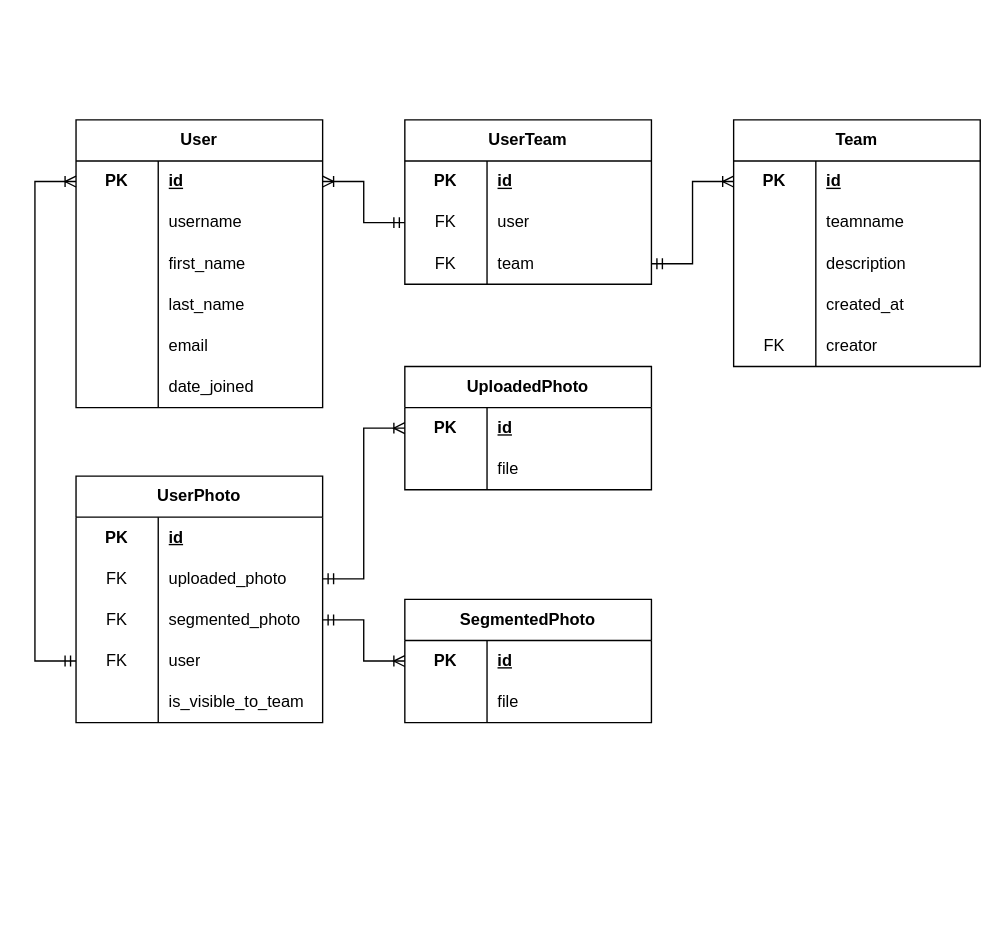
Before: ER-диаграмма.drawio in polina-shimolina/graduate-work, a draw.io diagram. Source tidied: cells renumbered, new cells numbered last; positions are measured from the earlier drawing's top-left corner, leaving out a move shared by most shapes. Both pictures are drawn from the tidied source at 137%, with x=0, y=0 at pixel (34, 119).
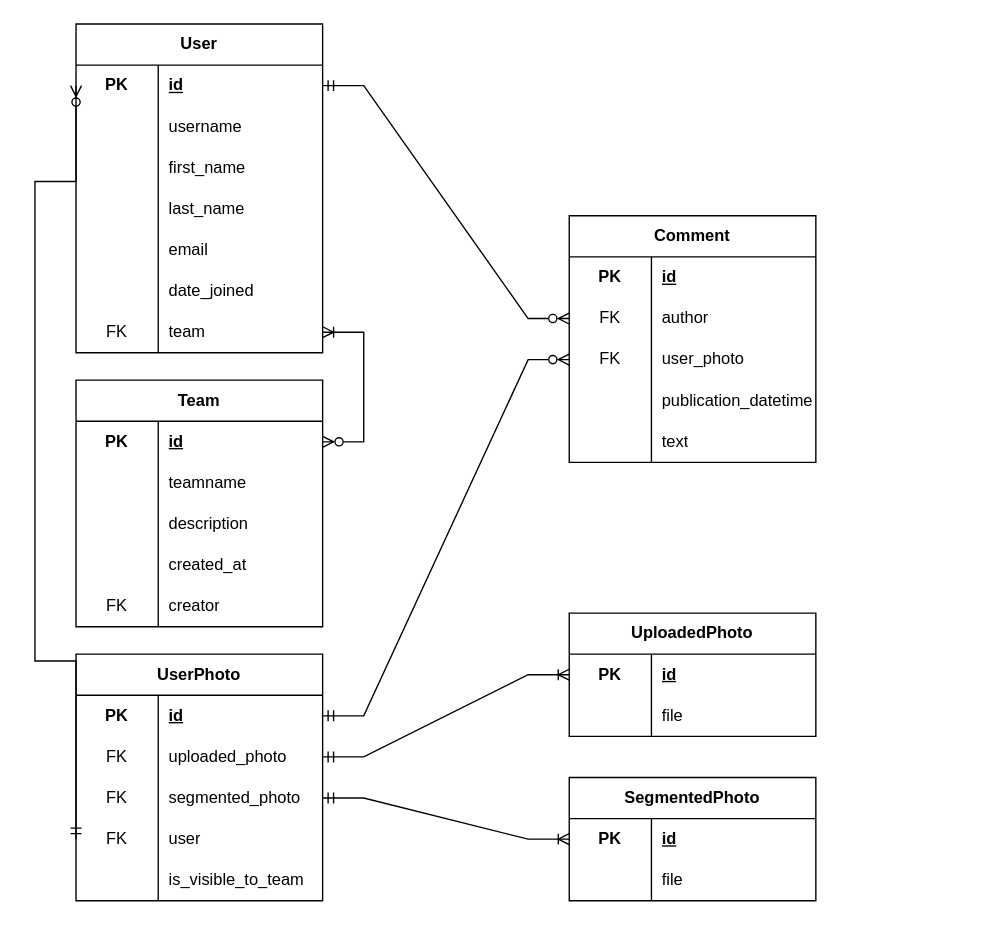
Above is the later version.

Commit message (it also covers changes not shown here):
Актуализирована ER-диаграмма

Unchanged cells that the change refers to:
```xml
<mxCell id="3" style="shape=tableRow;horizontal=0;startSize=0;swimlaneHead=0;swimlaneBody=0;fillColor=none;points=[[0,0.5],[1,0.5]];portConstraint=eastwest;top=0;left=0;right=0;bottom=0;html=1;" parent="2" vertex="1">
  <mxGeometry y="30" width="180" height="30" as="geometry" />
</mxCell>
<mxCell id="22" style="shape=tableRow;horizontal=0;startSize=0;swimlaneHead=0;swimlaneBody=0;fillColor=none;points=[[0,0.5],[1,0.5]];portConstraint=eastwest;top=0;left=0;right=0;bottom=0;html=1;" parent="21" vertex="1">
  <mxGeometry y="30" width="180" height="30" as="geometry" />
</mxCell>
<mxCell id="62" style="shape=tableRow;horizontal=0;startSize=0;swimlaneHead=0;swimlaneBody=0;fillColor=none;points=[[0,0.5],[1,0.5]];portConstraint=eastwest;top=0;left=0;right=0;bottom=0;html=1;" parent="61" vertex="1">
  <mxGeometry y="30" width="180" height="30" as="geometry" />
</mxCell>
<mxCell id="71" style="shape=tableRow;horizontal=0;startSize=0;swimlaneHead=0;swimlaneBody=0;fillColor=none;points=[[0,0.5],[1,0.5]];portConstraint=eastwest;top=0;left=0;right=0;bottom=0;html=1;" parent="61" vertex="1">
  <mxGeometry y="120" width="180" height="30" as="geometry" />
</mxCell>
```

Change to the diagram source:
```diff
@@
     <mxCell id="2" value="User" style="shape=table;startSize=30;childLayout=tableLayout;rowLines=0;fontStyle=1;align=center;html=1;whiteSpace=wrap;" parent="1" vertex="1">
-      <mxGeometry x="30" width="180" height="210" as="geometry" />
+      <mxGeometry x="30" y="-70" width="180" height="240" as="geometry" />
     </mxCell>
@@
+    <mxCell id="82" style="shape=tableRow;horizontal=0;startSize=0;swimlaneHead=0;swimlaneBody=0;fillColor=none;points=[[0,0.5],[1,0.5]];portConstraint=eastwest;top=0;left=0;right=0;bottom=0;html=1;" parent="2" vertex="1">
+      <mxGeometry y="210" width="180" height="30" as="geometry" />
+    </mxCell>
+    <mxCell id="83" value="FK" style="shape=partialRectangle;fillColor=none;top=0;left=0;bottom=0;right=0;overflow=hidden;html=1;whiteSpace=wrap;" parent="82" vertex="1">
+      <mxGeometry width="60" height="30" as="geometry" />
+    </mxCell>
+    <mxCell id="46" value="team" style="shape=partialRectangle;fillColor=none;top=0;left=0;bottom=0;right=0;align=left;spacingLeft=6;overflow=hidden;html=1;whiteSpace=wrap;" parent="82" vertex="1">
+      <mxGeometry x="60" width="120" height="30" as="geometry" />
+    </mxCell>
     <mxCell id="21" value="Team" style="shape=table;startSize=30;childLayout=tableLayout;rowLines=0;fontStyle=1;align=center;html=1;whiteSpace=wrap;" parent="1" vertex="1">
-      <mxGeometry x="510" width="180" height="180" as="geometry" />
+      <mxGeometry x="30" y="190" width="180" height="180" as="geometry" />
     </mxCell>
@@
-    <mxCell id="37" value="UserTeam" style="shape=table;startSize=30;childLayout=tableLayout;rowLines=0;fontStyle=1;align=center;html=1;whiteSpace=wrap;" parent="1" vertex="1">
-      <mxGeometry x="270" width="180" height="120" as="geometry" />
-    </mxCell>
-    <mxCell id="38" style="shape=tableRow;horizontal=0;startSize=0;swimlaneHead=0;swimlaneBody=0;fillColor=none;top=0;left=0;right=0;bottom=0;html=1;" parent="37" vertex="1">
-      <mxGeometry y="30" width="180" height="30" as="geometry" />
-    </mxCell>
-    <mxCell id="39" value="PK" style="shape=partialRectangle;fillColor=none;top=0;left=0;bottom=0;right=0;fontStyle=1;overflow=hidden;html=1;whiteSpace=wrap;" parent="38" vertex="1">
-      <mxGeometry width="60" height="30" as="geometry" />
-    </mxCell>
-    <mxCell id="40" value="id" style="shape=partialRectangle;fillColor=none;top=0;left=0;bottom=0;right=0;align=left;spacingLeft=6;fontStyle=5;overflow=hidden;html=1;whiteSpace=wrap;" parent="38" vertex="1">
-      <mxGeometry x="60" width="120" height="30" as="geometry" />
-    </mxCell>
-    <mxCell id="41" style="shape=tableRow;horizontal=0;startSize=0;swimlaneHead=0;swimlaneBody=0;fillColor=none;points=[[0,0.5],[1,0.5]];portConstraint=eastwest;top=0;left=0;right=0;bottom=0;html=1;" parent="37" vertex="1">
-      <mxGeometry y="60" width="180" height="30" as="geometry" />
-    </mxCell>
-    <mxCell id="42" value="FK" style="shape=partialRectangle;fillColor=none;top=0;left=0;bottom=0;right=0;overflow=hidden;html=1;whiteSpace=wrap;" parent="41" vertex="1">
-      <mxGeometry width="60" height="30" as="geometry" />
-    </mxCell>
-    <mxCell id="43" value="user" style="shape=partialRectangle;fillColor=none;top=0;left=0;bottom=0;right=0;align=left;spacingLeft=6;overflow=hidden;html=1;whiteSpace=wrap;" parent="41" vertex="1">
-      <mxGeometry x="60" width="120" height="30" as="geometry" />
-    </mxCell>
-    <mxCell id="44" style="shape=tableRow;horizontal=0;startSize=0;swimlaneHead=0;swimlaneBody=0;fillColor=none;points=[[0,0.5],[1,0.5]];portConstraint=eastwest;top=0;left=0;right=0;bottom=0;html=1;" parent="37" vertex="1">
-      <mxGeometry y="90" width="180" height="30" as="geometry" />
-    </mxCell>
-    <mxCell id="45" value="FK" style="shape=partialRectangle;fillColor=none;top=0;left=0;bottom=0;right=0;overflow=hidden;html=1;whiteSpace=wrap;" parent="44" vertex="1">
-      <mxGeometry width="60" height="30" as="geometry" />
-    </mxCell>
-    <mxCell id="46" value="team" style="shape=partialRectangle;fillColor=none;top=0;left=0;bottom=0;right=0;align=left;spacingLeft=6;overflow=hidden;html=1;whiteSpace=wrap;" parent="44" vertex="1">
-      <mxGeometry x="60" width="120" height="30" as="geometry" />
-    </mxCell>
     <mxCell id="47" value="UploadedPhoto" style="shape=table;startSize=30;childLayout=tableLayout;rowLines=0;fontStyle=1;align=center;html=1;whiteSpace=wrap;" parent="1" vertex="1">
-      <mxGeometry x="270" y="180" width="180" height="90" as="geometry" />
+      <mxGeometry x="390" y="360" width="180" height="90" as="geometry" />
     </mxCell>
@@
     <mxCell id="54" value="SegmentedPhoto" style="shape=table;startSize=30;childLayout=tableLayout;rowLines=0;fontStyle=1;align=center;html=1;whiteSpace=wrap;" parent="1" vertex="1">
-      <mxGeometry x="270" y="350" width="180" height="90" as="geometry" />
+      <mxGeometry x="390" y="480" width="180" height="90" as="geometry" />
     </mxCell>
@@
     <mxCell id="61" value="UserPhoto" style="shape=table;startSize=30;childLayout=tableLayout;rowLines=0;fontStyle=1;align=center;html=1;whiteSpace=wrap;" parent="1" vertex="1">
-      <mxGeometry x="30" y="260" width="180" height="180" as="geometry" />
+      <mxGeometry x="30" y="390" width="180" height="180" as="geometry" />
     </mxCell>
@@
-    <mxCell id="77" style="edgeStyle=entityRelationEdgeStyle;fontSize=12;html=1;endArrow=ERoneToMany;startArrow=ERmandOne;rounded=0;exitX=0;exitY=0.5;exitDx=0;exitDy=0;entryX=1;entryY=0.5;entryDx=0;entryDy=0;endFill=0;" parent="1" edge="1" source="41" target="3">
-      <mxGeometry relative="1" as="geometry" />
-    </mxCell>
-    <mxCell id="78" style="edgeStyle=entityRelationEdgeStyle;fontSize=12;html=1;endArrow=ERoneToMany;startArrow=ERmandOne;rounded=0;exitX=1;exitY=0.5;exitDx=0;exitDy=0;entryX=0;entryY=0.5;entryDx=0;entryDy=0;endFill=0;" parent="1" edge="1" source="44" target="22">
-      <mxGeometry relative="1" as="geometry" />
-    </mxCell>
@@
-    <mxCell id="81" style="edgeStyle=orthogonalEdgeStyle;rounded=0;jettySize=auto;html=1;exitX=0;exitY=0.5;exitDx=0;exitDy=0;entryX=0;entryY=0.5;entryDx=0;entryDy=0;endArrow=ERoneToMany;endFill=0;startArrow=ERmandOne;startFill=0;" parent="1" edge="1" source="71" target="3">
+    <mxCell id="81" style="edgeStyle=orthogonalEdgeStyle;rounded=0;jettySize=auto;html=1;exitX=0;exitY=0.5;exitDx=0;exitDy=0;entryX=0;entryY=0.5;entryDx=0;entryDy=0;endArrow=ERzeroToMany;endFill=0;startArrow=ERmandOne;startFill=0;" parent="1" edge="1" source="71" target="3">
       <mxGeometry relative="1" as="geometry">
         <Array as="points">
           <mxPoint y="395" />
           <mxPoint y="45" />
         </Array>
       </mxGeometry>
     </mxCell>
+    <mxCell id="84" style="edgeStyle=entityRelationEdgeStyle;rounded=0;jettySize=auto;html=1;exitX=1;exitY=0.5;exitDx=0;exitDy=0;entryX=1;entryY=0.5;entryDx=0;entryDy=0;endArrow=ERzeroToMany;endFill=0;startArrow=ERoneToMany;startFill=0;" parent="1" edge="1" source="82" target="22">
+      <mxGeometry relative="1" as="geometry" />
+    </mxCell>
+    <mxCell id="85" value="Comment" style="shape=table;startSize=30;childLayout=tableLayout;rowLines=0;fontStyle=1;align=center;html=1;whiteSpace=wrap;" parent="1" vertex="1">
+      <mxGeometry x="390" y="70" width="180" height="180" as="geometry" />
+    </mxCell>
+    <mxCell id="38" style="shape=tableRow;horizontal=0;startSize=0;swimlaneHead=0;swimlaneBody=0;fillColor=none;top=0;left=0;right=0;bottom=0;html=1;" parent="85" vertex="1">
+      <mxGeometry y="30" width="180" height="30" as="geometry" />
+    </mxCell>
+    <mxCell id="39" value="PK" style="shape=partialRectangle;fillColor=none;top=0;left=0;bottom=0;right=0;fontStyle=1;overflow=hidden;html=1;whiteSpace=wrap;" parent="38" vertex="1">
+      <mxGeometry width="60" height="30" as="geometry" />
+    </mxCell>
+    <mxCell id="40" value="id" style="shape=partialRectangle;fillColor=none;top=0;left=0;bottom=0;right=0;align=left;spacingLeft=6;fontStyle=5;overflow=hidden;html=1;whiteSpace=wrap;" parent="38" vertex="1">
+      <mxGeometry x="60" width="120" height="30" as="geometry" />
+    </mxCell>
+    <mxCell id="41" style="shape=tableRow;horizontal=0;startSize=0;swimlaneHead=0;swimlaneBody=0;fillColor=none;points=[[0,0.5],[1,0.5]];portConstraint=eastwest;top=0;left=0;right=0;bottom=0;html=1;" parent="85" vertex="1">
+      <mxGeometry y="60" width="180" height="30" as="geometry" />
+    </mxCell>
+    <mxCell id="86" value="FK" style="shape=partialRectangle;fillColor=none;top=0;left=0;bottom=0;right=0;overflow=hidden;html=1;whiteSpace=wrap;" parent="41" vertex="1">
+      <mxGeometry width="60" height="30" as="geometry" />
+    </mxCell>
+    <mxCell id="87" value="author" style="shape=partialRectangle;fillColor=none;top=0;left=0;bottom=0;right=0;align=left;spacingLeft=6;overflow=hidden;html=1;whiteSpace=wrap;" parent="41" vertex="1">
+      <mxGeometry x="60" width="120" height="30" as="geometry" />
+    </mxCell>
+    <mxCell id="44" style="shape=tableRow;horizontal=0;startSize=0;swimlaneHead=0;swimlaneBody=0;fillColor=none;points=[[0,0.5],[1,0.5]];portConstraint=eastwest;top=0;left=0;right=0;bottom=0;html=1;" parent="85" vertex="1">
+      <mxGeometry y="90" width="180" height="30" as="geometry" />
+    </mxCell>
+    <mxCell id="88" value="FK" style="shape=partialRectangle;fillColor=none;top=0;left=0;bottom=0;right=0;overflow=hidden;html=1;whiteSpace=wrap;" parent="44" vertex="1">
+      <mxGeometry width="60" height="30" as="geometry" />
+    </mxCell>
+    <mxCell id="89" value="user_photo" style="shape=partialRectangle;fillColor=none;top=0;left=0;bottom=0;right=0;align=left;spacingLeft=6;overflow=hidden;html=1;whiteSpace=wrap;" parent="44" vertex="1">
+      <mxGeometry x="60" width="120" height="30" as="geometry" />
+    </mxCell>
+    <mxCell id="90" style="shape=tableRow;horizontal=0;startSize=0;swimlaneHead=0;swimlaneBody=0;fillColor=none;top=0;left=0;right=0;bottom=0;html=1;" parent="85" vertex="1">
+      <mxGeometry y="120" width="180" height="30" as="geometry" />
+    </mxCell>
+    <mxCell id="91" style="shape=partialRectangle;fillColor=none;top=0;left=0;bottom=0;right=0;overflow=hidden;html=1;whiteSpace=wrap;" parent="90" vertex="1">
+      <mxGeometry width="60" height="30" as="geometry" />
+    </mxCell>
+    <mxCell id="92" value="publication_datetime" style="shape=partialRectangle;fillColor=none;top=0;left=0;bottom=0;right=0;align=left;spacingLeft=6;overflow=hidden;html=1;whiteSpace=wrap;" parent="90" vertex="1">
+      <mxGeometry x="60" width="120" height="30" as="geometry" />
+    </mxCell>
+    <mxCell id="93" style="shape=tableRow;horizontal=0;startSize=0;swimlaneHead=0;swimlaneBody=0;fillColor=none;top=0;left=0;right=0;bottom=0;html=1;" parent="85" vertex="1">
+      <mxGeometry y="150" width="180" height="30" as="geometry" />
+    </mxCell>
+    <mxCell id="94" style="shape=partialRectangle;fillColor=none;top=0;left=0;bottom=0;right=0;overflow=hidden;html=1;whiteSpace=wrap;" parent="93" vertex="1">
+      <mxGeometry width="60" height="30" as="geometry" />
+    </mxCell>
+    <mxCell id="95" value="text" style="shape=partialRectangle;fillColor=none;top=0;left=0;bottom=0;right=0;align=left;spacingLeft=6;overflow=hidden;html=1;whiteSpace=wrap;" parent="93" vertex="1">
+      <mxGeometry x="60" width="120" height="30" as="geometry" />
+    </mxCell>
+    <mxCell id="96" style="edgeStyle=entityRelationEdgeStyle;rounded=0;jettySize=auto;html=1;entryX=1;entryY=0.5;entryDx=0;entryDy=0;endArrow=ERmandOne;endFill=0;startArrow=ERzeroToMany;startFill=0;exitX=0;exitY=0.5;exitDx=0;exitDy=0;" parent="1" edge="1" source="44" target="62">
+      <mxGeometry relative="1" as="geometry" />
+    </mxCell>
+    <mxCell id="77" style="edgeStyle=entityRelationEdgeStyle;rounded=0;jettySize=auto;html=1;exitX=0;exitY=0.5;exitDx=0;exitDy=0;entryX=1;entryY=0.5;entryDx=0;entryDy=0;endArrow=ERmandOne;endFill=0;startArrow=ERzeroToMany;startFill=0;" parent="1" edge="1" source="41" target="3">
+      <mxGeometry relative="1" as="geometry" />
+    </mxCell>
```
